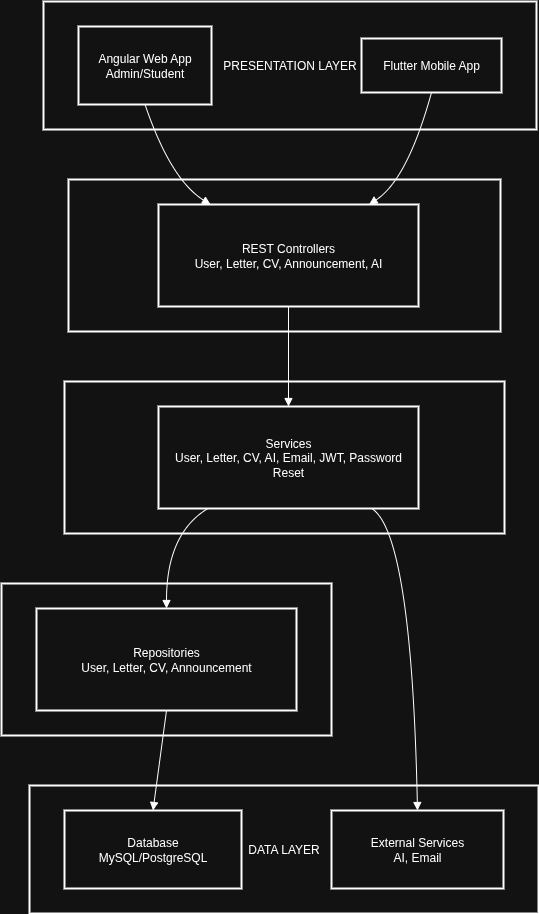
Earlier version of the draw.io export The FYP Report/Pure Diagrams/Architecture.png (Ramadhani-Yassin/UNIDOCS). Source tidied: cells renumbered, new cells last; positions are measured from the earlier drawing's top-left corner, leaving out a move shared by most shapes.
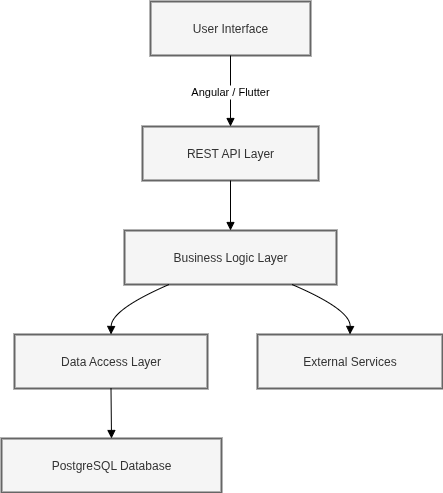
After the change.

The edit, as a diff of the source:
```diff
@@ -2,75 +2,46 @@
   <root>
     <mxCell id="0" />
     <mxCell id="1" parent="0" />
-    <mxCell id="2" value="DATA LAYER" style="whiteSpace=wrap;strokeWidth=2;" parent="1" vertex="1">
-      <mxGeometry x="28" y="784" width="509" height="128" as="geometry" />
-    </mxCell>
-    <mxCell id="3" value="DATA ACCESS LAYER" style="whiteSpace=wrap;strokeWidth=2;" parent="1" vertex="1">
-      <mxGeometry y="582" width="330" height="152" as="geometry" />
-    </mxCell>
-    <mxCell id="4" value="BUSINESS LOGIC LAYER" style="whiteSpace=wrap;strokeWidth=2;" parent="1" vertex="1">
-      <mxGeometry x="63" y="380" width="440" height="152" as="geometry" />
-    </mxCell>
-    <mxCell id="5" value="API LAYER" style="whiteSpace=wrap;strokeWidth=2;" parent="1" vertex="1">
-      <mxGeometry x="67" y="178" width="432" height="152" as="geometry" />
-    </mxCell>
-    <mxCell id="6" value="PRESENTATION LAYER" style="whiteSpace=wrap;strokeWidth=2;" parent="1" vertex="1">
-      <mxGeometry x="42" width="493" height="128" as="geometry" />
-    </mxCell>
-    <mxCell id="7" value="Angular Web App&#10;Admin/Student" style="whiteSpace=wrap;strokeWidth=2;" parent="1" vertex="1">
-      <mxGeometry x="77" y="25" width="133" height="78" as="geometry" />
-    </mxCell>
-    <mxCell id="8" value="Flutter Mobile App" style="whiteSpace=wrap;strokeWidth=2;" parent="1" vertex="1">
-      <mxGeometry x="360" y="37" width="140" height="54" as="geometry" />
-    </mxCell>
-    <mxCell id="9" value="REST Controllers&#10;User, Letter, CV, Announcement, AI" style="whiteSpace=wrap;strokeWidth=2;" parent="1" vertex="1">
-      <mxGeometry x="157" y="203" width="260" height="102" as="geometry" />
-    </mxCell>
-    <mxCell id="10" value="Services&#10;User, Letter, CV, AI, Email, JWT, Password Reset" style="whiteSpace=wrap;strokeWidth=2;" parent="1" vertex="1">
-      <mxGeometry x="157" y="405" width="260" height="102" as="geometry" />
-    </mxCell>
-    <mxCell id="11" value="Repositories&#10;User, Letter, CV, Announcement" style="whiteSpace=wrap;strokeWidth=2;" parent="1" vertex="1">
-      <mxGeometry x="35" y="607" width="260" height="102" as="geometry" />
-    </mxCell>
-    <mxCell id="12" value="Database&#10;MySQL/PostgreSQL" style="whiteSpace=wrap;strokeWidth=2;" parent="1" vertex="1">
-      <mxGeometry x="63" y="809" width="177" height="78" as="geometry" />
-    </mxCell>
-    <mxCell id="13" value="External Services&#10;AI, Email" style="whiteSpace=wrap;strokeWidth=2;" parent="1" vertex="1">
-      <mxGeometry x="330" y="809" width="172" height="78" as="geometry" />
-    </mxCell>
-    <mxCell id="14" style="curved=1;startArrow=none;endArrow=block;exitX=0.5;exitY=1;entryX=0.2;entryY=0;rounded=0;" parent="1" edge="1" source="7" target="9">
-      <mxGeometry relative="1" as="geometry">
-        <Array as="points">
-          <mxPoint x="169" y="178" />
-        </Array>
-      </mxGeometry>
-    </mxCell>
-    <mxCell id="15" style="curved=1;startArrow=none;endArrow=block;exitX=0.5;exitY=1;entryX=0.81;entryY=0;rounded=0;" parent="1" edge="1" source="8" target="9">
-      <mxGeometry relative="1" as="geometry">
-        <Array as="points">
-          <mxPoint x="406" y="178" />
-        </Array>
-      </mxGeometry>
-    </mxCell>
-    <mxCell id="16" style="curved=1;startArrow=none;endArrow=block;exitX=0.5;exitY=1;entryX=0.5;entryY=0;rounded=0;" parent="1" edge="1" source="9" target="10">
-      <mxGeometry relative="1" as="geometry" />
-    </mxCell>
-    <mxCell id="17" style="curved=1;startArrow=none;endArrow=block;exitX=0.19;exitY=1;entryX=0.5;entryY=0;rounded=0;" parent="1" edge="1" source="10" target="11">
-      <mxGeometry relative="1" as="geometry">
-        <Array as="points">
-          <mxPoint x="165" y="532" />
-        </Array>
-      </mxGeometry>
-    </mxCell>
-    <mxCell id="18" style="curved=1;startArrow=none;endArrow=block;exitX=0.5;exitY=1;entryX=0.5;entryY=0;rounded=0;" parent="1" edge="1" source="11" target="12">
-      <mxGeometry relative="1" as="geometry" />
-    </mxCell>
-    <mxCell id="19" style="curved=1;startArrow=none;endArrow=block;exitX=0.82;exitY=1;entryX=0.5;entryY=0;rounded=0;" parent="1" edge="1" source="10" target="13">
-      <mxGeometry relative="1" as="geometry">
-        <Array as="points">
-          <mxPoint x="410" y="532" />
-        </Array>
-      </mxGeometry>
-    </mxCell>
+    <mxCell id="20" value="User Interface" style="whiteSpace=wrap;strokeWidth=2;fillColor=#f5f5f5;strokeColor=#666666;fontColor=#333333;" parent="1" vertex="1">
+      <mxGeometry x="229" y="530" width="160" height="54" as="geometry" />
+    </mxCell>
+    <mxCell id="21" value="REST API Layer" style="whiteSpace=wrap;strokeWidth=2;fillColor=#f5f5f5;fontColor=#333333;strokeColor=#666666;" parent="1" vertex="1">
+      <mxGeometry x="221" y="655" width="176" height="54" as="geometry" />
+    </mxCell>
+    <mxCell id="22" value="Business Logic Layer" style="whiteSpace=wrap;strokeWidth=2;fillColor=#f5f5f5;fontColor=#333333;strokeColor=#666666;" parent="1" vertex="1">
+      <mxGeometry x="203" y="759" width="212" height="54" as="geometry" />
+    </mxCell>
+    <mxCell id="23" value="Data Access Layer" style="whiteSpace=wrap;strokeWidth=2;fillColor=#f5f5f5;fontColor=#333333;strokeColor=#666666;" parent="1" vertex="1">
+      <mxGeometry x="93" y="863" width="193" height="54" as="geometry" />
+    </mxCell>
+    <mxCell id="24" value="PostgreSQL Database" style="whiteSpace=wrap;strokeWidth=2;fillColor=#f5f5f5;strokeColor=#666666;fontColor=#333333;" parent="1" vertex="1">
+      <mxGeometry x="80" y="967" width="220" height="54" as="geometry" />
+    </mxCell>
+    <mxCell id="25" value="External Services" style="whiteSpace=wrap;strokeWidth=2;fillColor=#f5f5f5;fontColor=#333333;strokeColor=#666666;" parent="1" vertex="1">
+      <mxGeometry x="336" y="863" width="185" height="54" as="geometry" />
+    </mxCell>
+    <mxCell id="26" value="Angular / Flutter" style="curved=1;startArrow=none;endArrow=block;exitX=0.5;exitY=1;entryX=0.5;entryY=0;rounded=0;" parent="1" edge="1" source="20" target="21">
+      <mxGeometry relative="1" as="geometry" />
+    </mxCell>
+    <mxCell id="27" style="curved=1;startArrow=none;endArrow=block;exitX=0.5;exitY=1;entryX=0.5;entryY=0;rounded=0;" parent="1" edge="1" source="21" target="22">
+      <mxGeometry relative="1" as="geometry" />
+    </mxCell>
+    <mxCell id="28" style="curved=1;startArrow=none;endArrow=block;exitX=0.21;exitY=1;entryX=0.5;entryY=0;rounded=0;" parent="1" edge="1" source="22" target="23">
+      <mxGeometry relative="1" as="geometry">
+        <Array as="points">
+          <mxPoint x="190" y="838" />
+        </Array>
+      </mxGeometry>
+    </mxCell>
+    <mxCell id="29" style="curved=1;startArrow=none;endArrow=block;exitX=0.5;exitY=1;entryX=0.5;entryY=0;rounded=0;" parent="1" edge="1" source="23" target="24">
+      <mxGeometry relative="1" as="geometry" />
+    </mxCell>
+    <mxCell id="30" style="curved=1;startArrow=none;endArrow=block;exitX=0.79;exitY=1;entryX=0.5;entryY=0;rounded=0;" parent="1" edge="1" source="22" target="25">
+      <mxGeometry relative="1" as="geometry">
+        <Array as="points">
+          <mxPoint x="429" y="838" />
+        </Array>
+      </mxGeometry>
+    </mxCell>
   </root>
 </mxGraphModel>
```
